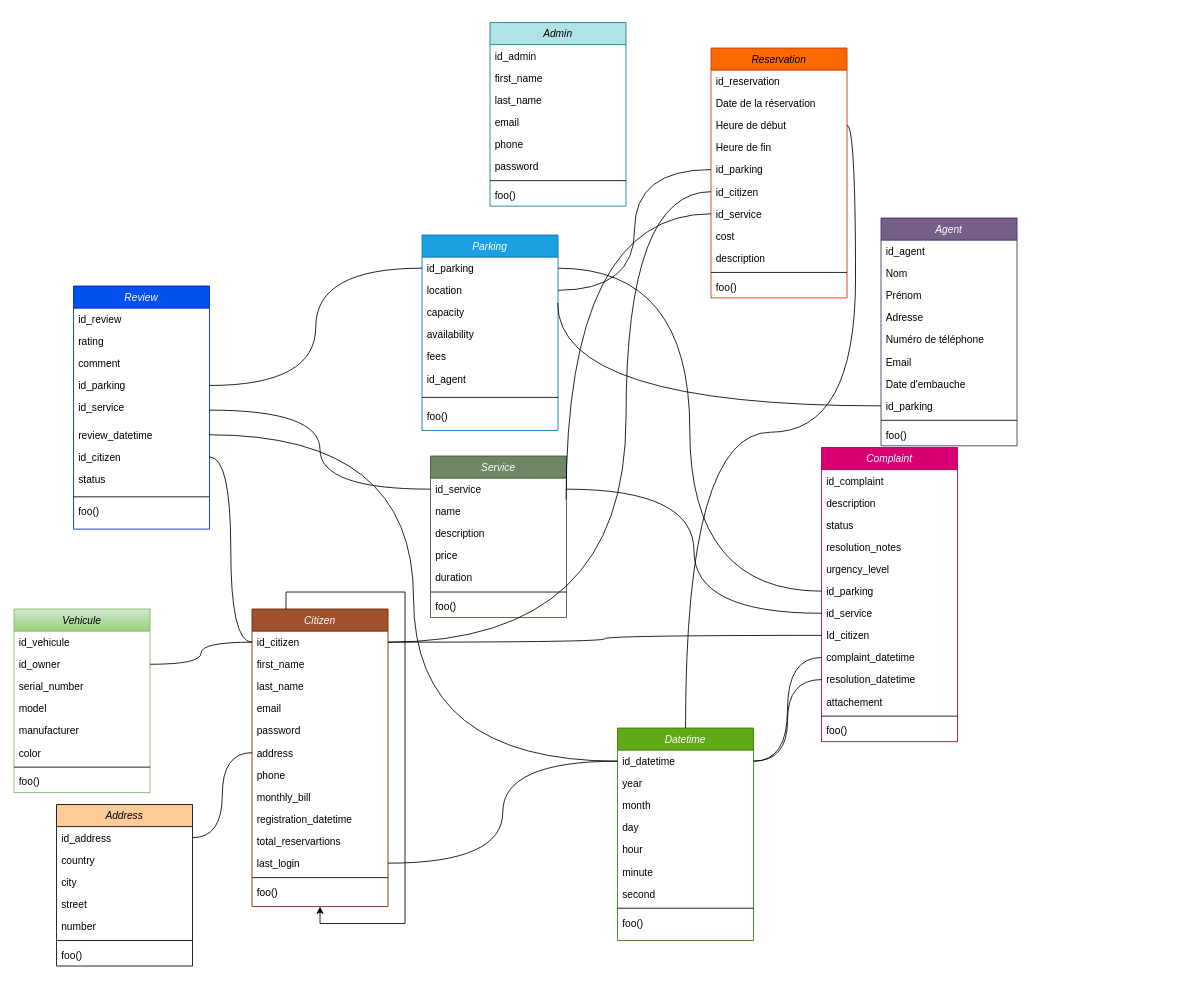
Above: docs/Untitled Diagram.drawio in anomaly1095/parky (draw.io), before the change. Source tidied: cells renumbered, new cells numbered last; positions are measured from the earlier drawing's top-left corner, leaving out a move shared by most shapes. Both pictures are drawn from the tidied source at 85%, with x=0, y=0 at pixel (14, 22).
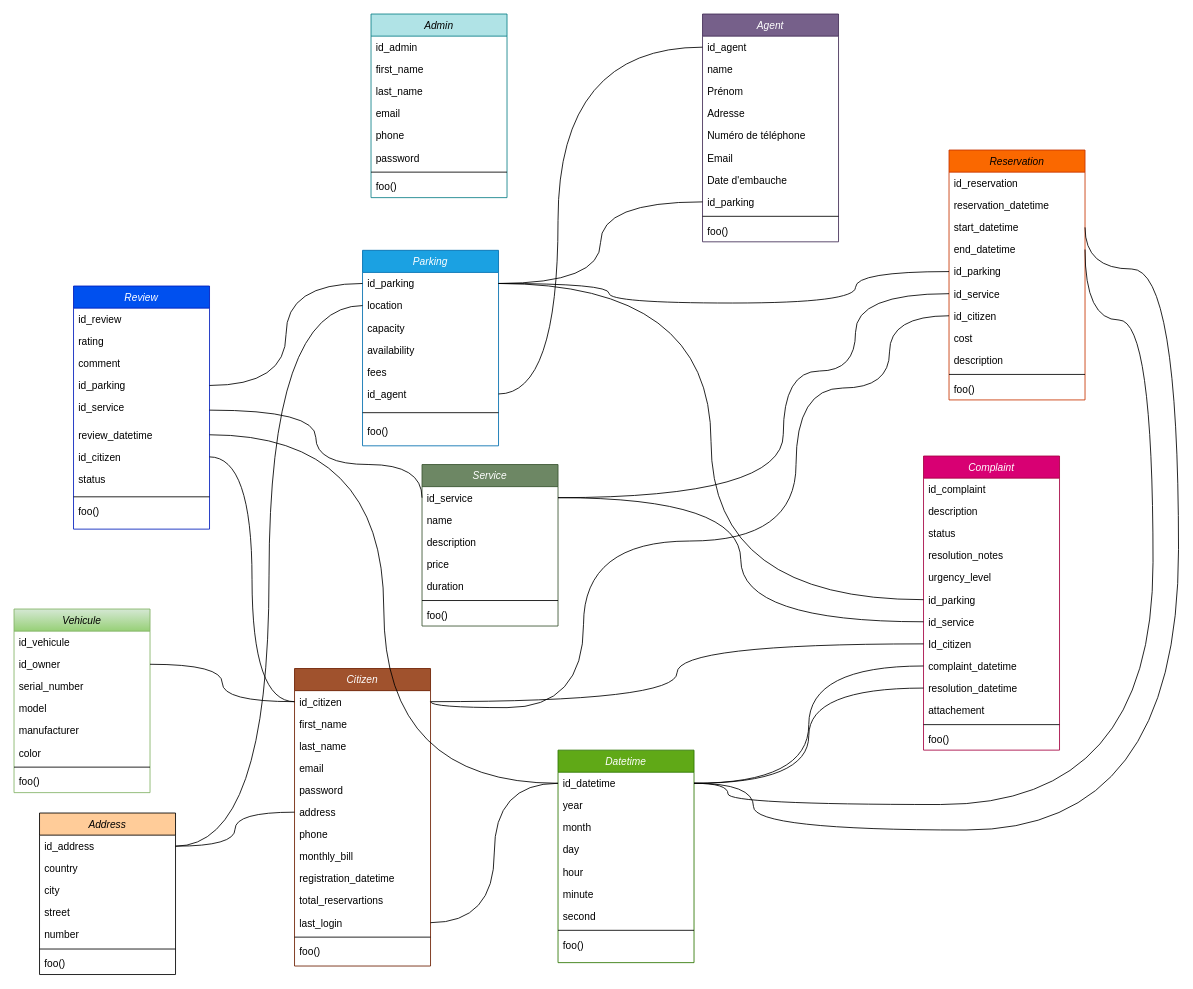
After the change.

Unchanged cells that the change refers to:
```xml
<mxCell id="3" value="id_address" style="text;align=left;verticalAlign=top;spacingLeft=4;spacingRight=4;overflow=hidden;points=[[0,0.5],[1,0.5]];portConstraint=eastwest;" parent="2" vertex="1">
  <mxGeometry y="26" width="160" height="26" as="geometry" />
</mxCell>
<mxCell id="15" value="id_service" style="text;align=left;verticalAlign=top;spacingLeft=4;spacingRight=4;overflow=hidden;points=[[0,0.5],[1,0.5]];portConstraint=eastwest;rounded=0;shadow=0;html=0;" parent="10" vertex="1">
  <mxGeometry y="130" width="160" height="32" as="geometry" />
</mxCell>
<mxCell id="36" value="id_datetime" style="text;align=left;verticalAlign=top;spacingLeft=4;spacingRight=4;overflow=hidden;points=[[0,0.5],[1,0.5]];portConstraint=eastwest;" parent="35" vertex="1">
  <mxGeometry y="26" width="160" height="26" as="geometry" />
</mxCell>
<mxCell id="55" value="id_citizen" style="text;align=left;verticalAlign=top;spacingLeft=4;spacingRight=4;overflow=hidden;points=[[0,0.5],[1,0.5]];portConstraint=eastwest;" parent="54" vertex="1">
  <mxGeometry y="26" width="160" height="26" as="geometry" />
</mxCell>
<mxCell id="69" value="id_agent" style="text;align=left;verticalAlign=top;spacingLeft=4;spacingRight=4;overflow=hidden;points=[[0,0.5],[1,0.5]];portConstraint=eastwest;" parent="68" vertex="1">
  <mxGeometry y="26" width="160" height="26" as="geometry" />
</mxCell>
<mxCell id="76" value="id_parking" style="text;align=left;verticalAlign=top;spacingLeft=4;spacingRight=4;overflow=hidden;points=[[0,0.5],[1,0.5]];portConstraint=eastwest;" parent="68" vertex="1">
  <mxGeometry y="208" width="160" height="26" as="geometry" />
</mxCell>
<mxCell id="89" value="id_service" style="text;align=left;verticalAlign=top;spacingLeft=4;spacingRight=4;overflow=hidden;points=[[0,0.5],[1,0.5]];portConstraint=eastwest;" parent="88" vertex="1">
  <mxGeometry y="26" width="160" height="26" as="geometry" />
</mxCell>
<mxCell id="90" value="name" style="text;align=left;verticalAlign=top;spacingLeft=4;spacingRight=4;overflow=hidden;points=[[0,0.5],[1,0.5]];portConstraint=eastwest;" parent="88" vertex="1">
  <mxGeometry y="52" width="160" height="26" as="geometry" />
</mxCell>
<mxCell id="97" value="id_parking" style="text;align=left;verticalAlign=top;spacingLeft=4;spacingRight=4;overflow=hidden;points=[[0,0.5],[1,0.5]];portConstraint=eastwest;" parent="96" vertex="1">
  <mxGeometry y="26" width="160" height="26" as="geometry" />
</mxCell>
<mxCell id="98" value="location" style="text;align=left;verticalAlign=top;spacingLeft=4;spacingRight=4;overflow=hidden;points=[[0,0.5],[1,0.5]];portConstraint=eastwest;" parent="96" vertex="1">
  <mxGeometry y="52" width="160" height="26" as="geometry" />
</mxCell>
<mxCell id="102" value="id_agent" style="text;align=left;verticalAlign=top;spacingLeft=4;spacingRight=4;overflow=hidden;points=[[0,0.5],[1,0.5]];portConstraint=eastwest;" parent="96" vertex="1">
  <mxGeometry y="156" width="160" height="26" as="geometry" />
</mxCell>
<mxCell id="110" value="id_parking" style="text;align=left;verticalAlign=top;spacingLeft=4;spacingRight=4;overflow=hidden;points=[[0,0.5],[1,0.5]];portConstraint=eastwest;rounded=0;shadow=0;html=0;" parent="105" vertex="1">
  <mxGeometry y="130" width="160" height="26" as="geometry" />
</mxCell>
```

Change to the diagram source:
```diff
@@
     <mxCell id="2" value="Address" style="swimlane;fontStyle=2;align=center;verticalAlign=top;horizontal=1;startSize=26;rounded=0;shadow=0;strokeWidth=1;fillColor=#ffcc99;strokeColor=default;" parent="1" vertex="1">
-      <mxGeometry x="50" y="920" width="160" height="190" as="geometry" />
+      <mxGeometry x="30" y="930" width="160" height="190" as="geometry" />
     </mxCell>
@@
     <mxCell id="21" value="Complaint" style="swimlane;fontStyle=2;align=center;verticalAlign=top;horizontal=1;startSize=26;rounded=0;shadow=0;strokeWidth=1;fillColor=#d80073;strokeColor=#A50040;fontColor=#ffffff;" parent="1" vertex="1">
-      <mxGeometry x="950" y="500" width="160" height="346" as="geometry" />
+      <mxGeometry x="1070" y="510" width="160" height="346" as="geometry" />
     </mxCell>
@@
     <mxCell id="35" value="Datetime" style="swimlane;fontStyle=2;align=center;verticalAlign=top;horizontal=1;startSize=26;rounded=0;shadow=0;strokeWidth=1;fillColor=#60a917;strokeColor=#2D7600;fontColor=#ffffff;" parent="1" vertex="1">
-      <mxGeometry x="710" y="830" width="160" height="250" as="geometry" />
+      <mxGeometry x="640" y="856" width="160" height="250" as="geometry" />
     </mxCell>
@@
     <mxCell id="54" value="Citizen" style="swimlane;fontStyle=2;align=center;verticalAlign=top;horizontal=1;startSize=26;rounded=0;shadow=0;strokeWidth=1;fillColor=#a0522d;fontColor=#ffffff;strokeColor=#6D1F00;" parent="1" vertex="1">
-      <mxGeometry x="280" y="690" width="160" height="350" as="geometry" />
+      <mxGeometry x="330" y="760" width="160" height="350" as="geometry" />
     </mxCell>
@@
     <mxCell id="68" value="Agent" style="swimlane;fontStyle=2;align=center;verticalAlign=top;horizontal=1;startSize=26;rounded=0;shadow=0;strokeWidth=1;fillColor=#76608a;strokeColor=#432D57;fontColor=#ffffff;" parent="1" vertex="1">
-      <mxGeometry x="1020" y="230" width="160" height="268" as="geometry" />
+      <mxGeometry x="810" y="-10" width="160" height="268" as="geometry" />
     </mxCell>
@@
-    <mxCell id="70" value="Nom" style="text;align=left;verticalAlign=top;spacingLeft=4;spacingRight=4;overflow=hidden;" parent="68" vertex="1">
+    <mxCell id="70" value="name" style="text;align=left;verticalAlign=top;spacingLeft=4;spacingRight=4;overflow=hidden;" parent="68" vertex="1">
       <mxGeometry y="52" width="160" height="26" as="geometry" />
     </mxCell>
@@
     <mxCell id="79" value="Admin" style="swimlane;fontStyle=2;align=center;verticalAlign=top;horizontal=1;startSize=26;rounded=0;shadow=0;strokeWidth=1;fillColor=#b0e3e6;strokeColor=#0e8088;" parent="1" vertex="1">
-      <mxGeometry x="560" width="160" height="216" as="geometry" />
+      <mxGeometry x="420" y="-10" width="160" height="216" as="geometry" />
     </mxCell>
@@
     <mxCell id="88" value="Service" style="swimlane;fontStyle=2;align=center;verticalAlign=top;horizontal=1;startSize=26;rounded=0;shadow=0;strokeWidth=1;fillColor=#6d8764;fontColor=#ffffff;strokeColor=#3A5431;" parent="1" vertex="1">
-      <mxGeometry x="490" y="510" width="160" height="190" as="geometry" />
+      <mxGeometry x="480" y="520" width="160" height="190" as="geometry" />
     </mxCell>
@@
     <mxCell id="96" value="Parking" style="swimlane;fontStyle=2;align=center;verticalAlign=top;horizontal=1;startSize=26;rounded=0;shadow=0;strokeWidth=1;fillColor=#1ba1e2;strokeColor=#006EAF;fontColor=#ffffff;" parent="1" vertex="1">
-      <mxGeometry x="480" y="250" width="160" height="230" as="geometry" />
+      <mxGeometry x="410" y="268" width="160" height="230" as="geometry" />
     </mxCell>
@@
     <mxCell id="105" value="Reservation" style="swimlane;fontStyle=2;align=center;verticalAlign=top;horizontal=1;startSize=26;rounded=0;shadow=0;strokeWidth=1;fillColor=#fa6800;strokeColor=#C73500;fontColor=#000000;" parent="1" vertex="1">
-      <mxGeometry x="820" y="30" width="160" height="294" as="geometry" />
+      <mxGeometry x="1100" y="150" width="160" height="294" as="geometry" />
     </mxCell>
@@
-    <mxCell id="107" value="Date de la réservation" style="text;align=left;verticalAlign=top;spacingLeft=4;spacingRight=4;overflow=hidden;" parent="105" vertex="1">
+    <mxCell id="107" value="reservation_datetime" style="text;align=left;verticalAlign=top;spacingLeft=4;spacingRight=4;overflow=hidden;" parent="105" vertex="1">
       <mxGeometry y="52" width="160" height="26" as="geometry" />
     </mxCell>
-    <mxCell id="108" value="Heure de début" style="text;align=left;verticalAlign=top;spacingLeft=4;spacingRight=4;overflow=hidden;points=[[0,0.5],[1,0.5]];portConstraint=eastwest;" parent="105" vertex="1">
+    <mxCell id="108" value="start_datetime" style="text;align=left;verticalAlign=top;spacingLeft=4;spacingRight=4;overflow=hidden;points=[[0,0.5],[1,0.5]];portConstraint=eastwest;" parent="105" vertex="1">
       <mxGeometry y="78" width="160" height="26" as="geometry" />
     </mxCell>
-    <mxCell id="109" value="Heure de fin" style="text;align=left;verticalAlign=top;spacingLeft=4;spacingRight=4;overflow=hidden;points=[[0,0.5],[1,0.5]];portConstraint=eastwest;" parent="105" vertex="1">
+    <mxCell id="109" value="end_datetime" style="text;align=left;verticalAlign=top;spacingLeft=4;spacingRight=4;overflow=hidden;points=[[0,0.5],[1,0.5]];portConstraint=eastwest;" parent="105" vertex="1">
       <mxGeometry y="104" width="160" height="26" as="geometry" />
     </mxCell>
@@
+    <mxCell id="112" value="id_service" style="text;align=left;verticalAlign=top;spacingLeft=4;spacingRight=4;overflow=hidden;points=[[0,0.5],[1,0.5]];portConstraint=eastwest;" parent="105" vertex="1">
+      <mxGeometry y="156" width="160" height="26" as="geometry" />
+    </mxCell>
     <mxCell id="111" value="id_citizen" style="text;align=left;verticalAlign=top;spacingLeft=4;spacingRight=4;overflow=hidden;points=[[0,0.5],[1,0.5]];portConstraint=eastwest;" parent="105" vertex="1">
-      <mxGeometry y="156" width="160" height="26" as="geometry" />
+      <mxGeometry y="182" width="160" height="26" as="geometry" />
     </mxCell>
-    <mxCell id="112" value="id_service" style="text;align=left;verticalAlign=top;spacingLeft=4;spacingRight=4;overflow=hidden;points=[[0,0.5],[1,0.5]];portConstraint=eastwest;" parent="105" vertex="1">
-      <mxGeometry y="182" width="160" height="26" as="geometry" />
-    </mxCell>
@@
     <mxCell id="118" style="endArrow=none;html=1;rounded=0;exitX=1;exitY=0.5;exitDx=0;exitDy=0;entryX=0;entryY=0.5;entryDx=0;entryDy=0;edgeStyle=orthogonalEdgeStyle;curved=1;" parent="1" edge="1" source="15" target="89">
-      <mxGeometry relative="1" as="geometry" />
+      <mxGeometry relative="1" as="geometry">
+        <Array as="points">
+          <mxPoint x="355" y="456" />
+          <mxPoint x="355" y="520" />
+          <mxPoint x="480" y="520" />
+        </Array>
+      </mxGeometry>
     </mxCell>
@@
-    <mxCell id="129" style="edgeStyle=orthogonalEdgeStyle;rounded=0;orthogonalLoop=1;jettySize=auto;html=1;exitX=0.25;exitY=0;exitDx=0;exitDy=0;" parent="1" edge="1" source="54" target="54">
-      <mxGeometry relative="1" as="geometry" />
-    </mxCell>
-    <mxCell id="130" style="endArrow=none;html=1;rounded=0;exitX=1;exitY=0.5;exitDx=0;exitDy=0;entryX=0;entryY=0.5;entryDx=0;entryDy=0;edgeStyle=orthogonalEdgeStyle;curved=1;" parent="1" edge="1" target="76">
-      <mxGeometry relative="1" as="geometry">
-        <mxPoint x="639.5" y="330" as="sourcePoint" />
-      </mxGeometry>
+    <mxCell id="130" style="endArrow=none;html=1;rounded=0;exitX=1;exitY=0.5;exitDx=0;exitDy=0;entryX=0;entryY=0.5;entryDx=0;entryDy=0;edgeStyle=orthogonalEdgeStyle;curved=1;" parent="1" edge="1" source="97" target="76">
+      <mxGeometry relative="1" as="geometry" />
     </mxCell>
-    <mxCell id="131" style="endArrow=none;html=1;rounded=0;entryX=0;entryY=0.5;entryDx=0;entryDy=0;edgeStyle=orthogonalEdgeStyle;curved=1;" parent="1" edge="1" source="98" target="110">
-      <mxGeometry relative="1" as="geometry" />
+    <mxCell id="131" style="endArrow=none;html=1;rounded=0;entryX=0;entryY=0.5;entryDx=0;entryDy=0;edgeStyle=orthogonalEdgeStyle;curved=1;exitX=1;exitY=0.5;exitDx=0;exitDy=0;" parent="1" edge="1" source="97" target="110">
+      <mxGeometry relative="1" as="geometry">
+        <Array as="points">
+          <mxPoint x="700" y="307" />
+          <mxPoint x="700" y="330" />
+          <mxPoint x="990" y="330" />
+          <mxPoint x="990" y="293" />
+        </Array>
+      </mxGeometry>
     </mxCell>
-    <mxCell id="132" style="endArrow=none;html=1;rounded=0;exitX=1;exitY=0.5;exitDx=0;exitDy=0;entryX=0;entryY=0.5;entryDx=0;entryDy=0;edgeStyle=orthogonalEdgeStyle;curved=1;" parent="1" edge="1" source="55" target="111">
-      <mxGeometry relative="1" as="geometry">
-        <Array as="points">
-          <mxPoint x="720" y="729" />
-          <mxPoint x="720" y="199" />
-        </Array>
-      </mxGeometry>
-    </mxCell>
-    <mxCell id="133" style="endArrow=none;html=1;rounded=0;exitX=0.997;exitY=-0.033;exitDx=0;exitDy=0;entryX=0;entryY=0.5;entryDx=0;entryDy=0;edgeStyle=orthogonalEdgeStyle;curved=1;exitPerimeter=0;" parent="1" edge="1" source="90" target="112">
-      <mxGeometry relative="1" as="geometry" />
+    <mxCell id="133" style="endArrow=none;html=1;rounded=0;exitX=1;exitY=0.5;exitDx=0;exitDy=0;entryX=0;entryY=0.5;entryDx=0;entryDy=0;edgeStyle=orthogonalEdgeStyle;curved=1;" parent="1" edge="1" source="89" target="112">
+      <mxGeometry relative="1" as="geometry">
+        <Array as="points">
+          <mxPoint x="905" y="559" />
+          <mxPoint x="905" y="410" />
+          <mxPoint x="990" y="410" />
+          <mxPoint x="990" y="319" />
+        </Array>
+      </mxGeometry>
     </mxCell>
-    <mxCell id="134" style="endArrow=none;html=1;rounded=0;exitX=1;exitY=0.5;exitDx=0;exitDy=0;edgeStyle=orthogonalEdgeStyle;curved=1;" parent="1" edge="1" source="108" target="35">
-      <mxGeometry relative="1" as="geometry" />
+    <mxCell id="134" style="endArrow=none;html=1;rounded=0;exitX=1;exitY=0.5;exitDx=0;exitDy=0;edgeStyle=orthogonalEdgeStyle;curved=1;entryX=1;entryY=0.5;entryDx=0;entryDy=0;" parent="1" edge="1" source="108" target="36">
+      <mxGeometry relative="1" as="geometry">
+        <Array as="points">
+          <mxPoint x="1260" y="290" />
+          <mxPoint x="1370" y="290" />
+          <mxPoint x="1370" y="950" />
+          <mxPoint x="870" y="950" />
+          <mxPoint x="870" y="895" />
+        </Array>
+      </mxGeometry>
     </mxCell>
+    <mxCell id="132" style="endArrow=none;html=1;rounded=0;entryX=0;entryY=0.5;entryDx=0;entryDy=0;edgeStyle=orthogonalEdgeStyle;curved=1;exitX=1;exitY=0.5;exitDx=0;exitDy=0;" parent="1" edge="1" source="55" target="111">
+      <mxGeometry relative="1" as="geometry">
+        <Array as="points">
+          <mxPoint x="490" y="806" />
+          <mxPoint x="670" y="806" />
+          <mxPoint x="670" y="610" />
+          <mxPoint x="920" y="610" />
+          <mxPoint x="920" y="430" />
+          <mxPoint x="1030" y="430" />
+          <mxPoint x="1030" y="345" />
+        </Array>
+      </mxGeometry>
+    </mxCell>
+    <mxCell id="135" style="endArrow=none;html=1;rounded=0;exitX=1;exitY=0.5;exitDx=0;exitDy=0;edgeStyle=orthogonalEdgeStyle;curved=1;entryX=1;entryY=0.5;entryDx=0;entryDy=0;" parent="1" edge="1" source="109" target="36">
+      <mxGeometry relative="1" as="geometry">
+        <Array as="points">
+          <mxPoint x="1260" y="350" />
+          <mxPoint x="1340" y="350" />
+          <mxPoint x="1340" y="920" />
+          <mxPoint x="840" y="920" />
+          <mxPoint x="840" y="895" />
+        </Array>
+      </mxGeometry>
+    </mxCell>
+    <mxCell id="136" style="endArrow=none;html=1;rounded=0;edgeStyle=orthogonalEdgeStyle;curved=1;entryX=0;entryY=0.5;entryDx=0;entryDy=0;" parent="1" edge="1" source="3" target="98">
+      <mxGeometry relative="1" as="geometry" />
+    </mxCell>
+    <mxCell id="137" style="endArrow=none;html=1;rounded=0;exitX=1;exitY=0.5;exitDx=0;exitDy=0;entryX=0;entryY=0.5;entryDx=0;entryDy=0;edgeStyle=orthogonalEdgeStyle;curved=1;" parent="1" edge="1" source="102" target="69">
+      <mxGeometry relative="1" as="geometry">
+        <Array as="points">
+          <mxPoint x="640" y="437" />
+          <mxPoint x="640" y="29" />
+        </Array>
+      </mxGeometry>
+    </mxCell>
```
